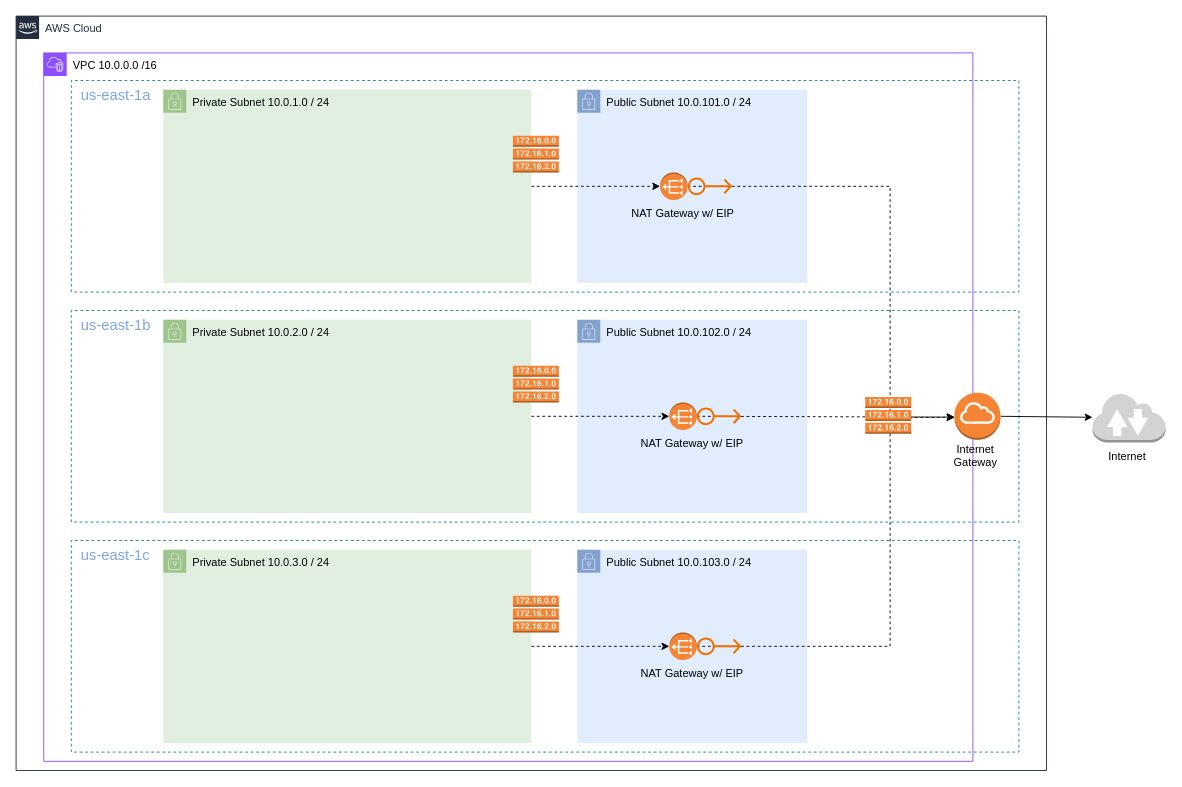
archegos-labs/platform keeps this draw.io diagram as vpc/docs/eks-ready-vpc.drawio. Above is the earlier version. Source tidied: cells renumbered, new cells numbered last; positions are measured from the earlier drawing's top-left corner, leaving out a move shared by most shapes. Both pictures are drawn from the tidied source at 92%, with x=0, y=0 at pixel (16, 16).
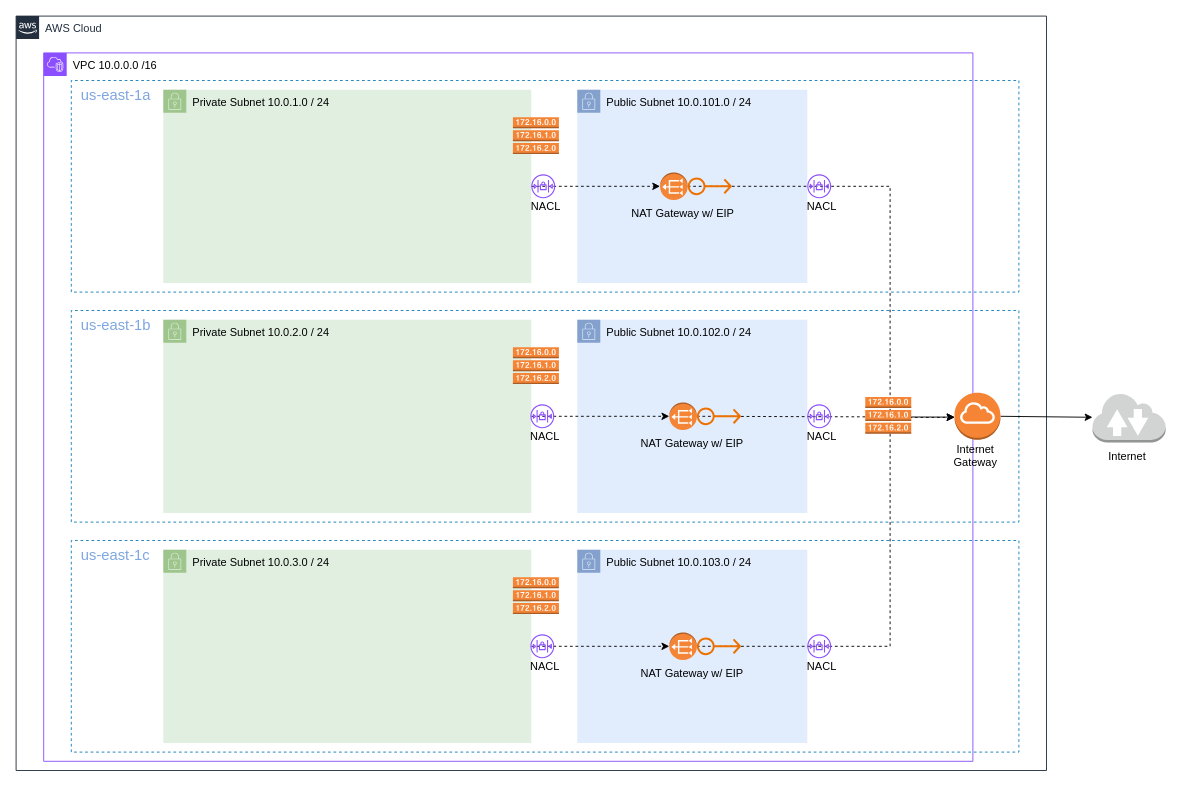
The same page after the edit.

The edit, as a diff of the source:
```diff
@@
     <mxCell id="15" style="dashed=0;verticalLabelPosition=bottom;verticalAlign=top;align=center;html=1;shape=mxgraph.aws3.route_table;fillColor=#F58536;gradientColor=none;" parent="1" vertex="1">
-      <mxGeometry x="540" y="130" width="50" height="40" as="geometry" />
+      <mxGeometry x="540" y="110" width="50" height="40" as="geometry" />
     </mxCell>
@@
     <mxCell id="18" style="dashed=0;verticalLabelPosition=bottom;verticalAlign=top;align=center;html=1;shape=mxgraph.aws3.route_table;fillColor=#F58536;gradientColor=none;" parent="1" vertex="1">
-      <mxGeometry x="540" y="380" width="50" height="40" as="geometry" />
+      <mxGeometry x="540" y="360" width="50" height="40" as="geometry" />
     </mxCell>
@@
     <mxCell id="22" style="dashed=0;verticalLabelPosition=bottom;verticalAlign=top;align=center;html=1;shape=mxgraph.aws3.route_table;fillColor=#F58536;gradientColor=none;" parent="1" vertex="1">
-      <mxGeometry x="540" y="630" width="50" height="40" as="geometry" />
+      <mxGeometry x="540" y="610" width="50" height="40" as="geometry" />
     </mxCell>
@@
+    <mxCell id="42" style="group;" parent="1" vertex="1">
+      <mxGeometry x="846" y="172" width="60" height="50" as="geometry" />
+    </mxCell>
+    <mxCell id="43" style="sketch=0;fontColor=#232F3E;gradientColor=none;fillColor=#8C4FFF;strokeColor=none;dashed=0;verticalLabelPosition=bottom;verticalAlign=top;align=center;html=1;fontSize=12;fontStyle=0;shape=mxgraph.aws4.network_access_control_list;" parent="42" vertex="1">
+      <mxGeometry x="14" width="26" height="26" as="geometry" />
+    </mxCell>
+    <mxCell id="44" value="NACL" style="text;html=1;align=center;verticalAlign=middle;whiteSpace=wrap;rounded=0;" parent="42" vertex="1">
+      <mxGeometry y="20" width="60" height="30" as="geometry" />
+    </mxCell>
+    <mxCell id="45" style="group;" parent="1" vertex="1">
+      <mxGeometry x="846" y="422" width="60" height="50" as="geometry" />
+    </mxCell>
+    <mxCell id="46" style="sketch=0;fontColor=#232F3E;gradientColor=none;fillColor=#8C4FFF;strokeColor=none;dashed=0;verticalLabelPosition=bottom;verticalAlign=top;align=center;html=1;fontSize=12;fontStyle=0;shape=mxgraph.aws4.network_access_control_list;" parent="45" vertex="1">
+      <mxGeometry x="14" width="26" height="26" as="geometry" />
+    </mxCell>
+    <mxCell id="47" value="NACL" style="text;html=1;align=center;verticalAlign=middle;whiteSpace=wrap;rounded=0;" parent="45" vertex="1">
+      <mxGeometry y="20" width="60" height="30" as="geometry" />
+    </mxCell>
+    <mxCell id="48" style="group;" parent="1" vertex="1">
+      <mxGeometry x="846" y="672" width="60" height="50" as="geometry" />
+    </mxCell>
+    <mxCell id="49" style="sketch=0;fontColor=#232F3E;gradientColor=none;fillColor=#8C4FFF;strokeColor=none;dashed=0;verticalLabelPosition=bottom;verticalAlign=top;align=center;html=1;fontSize=12;fontStyle=0;shape=mxgraph.aws4.network_access_control_list;" parent="48" vertex="1">
+      <mxGeometry x="14" width="26" height="26" as="geometry" />
+    </mxCell>
+    <mxCell id="50" value="NACL" style="text;html=1;align=center;verticalAlign=middle;whiteSpace=wrap;rounded=0;" parent="48" vertex="1">
+      <mxGeometry y="20" width="60" height="30" as="geometry" />
+    </mxCell>
+    <mxCell id="51" style="group;" parent="1" vertex="1">
+      <mxGeometry x="546" y="172" width="60" height="50" as="geometry" />
+    </mxCell>
+    <mxCell id="52" style="sketch=0;fontColor=#232F3E;gradientColor=none;fillColor=#8C4FFF;strokeColor=none;dashed=0;verticalLabelPosition=bottom;verticalAlign=top;align=center;html=1;fontSize=12;fontStyle=0;shape=mxgraph.aws4.network_access_control_list;" parent="51" vertex="1">
+      <mxGeometry x="14" width="26" height="26" as="geometry" />
+    </mxCell>
+    <mxCell id="53" value="NACL" style="text;html=1;align=center;verticalAlign=middle;whiteSpace=wrap;rounded=0;" parent="51" vertex="1">
+      <mxGeometry y="20" width="60" height="30" as="geometry" />
+    </mxCell>
+    <mxCell id="54" style="group;" parent="1" vertex="1">
+      <mxGeometry x="545" y="422" width="60" height="50" as="geometry" />
+    </mxCell>
+    <mxCell id="55" style="sketch=0;fontColor=#232F3E;gradientColor=none;fillColor=#8C4FFF;strokeColor=none;dashed=0;verticalLabelPosition=bottom;verticalAlign=top;align=center;html=1;fontSize=12;fontStyle=0;shape=mxgraph.aws4.network_access_control_list;" parent="54" vertex="1">
+      <mxGeometry x="14" width="26" height="26" as="geometry" />
+    </mxCell>
+    <mxCell id="56" value="NACL" style="text;html=1;align=center;verticalAlign=middle;whiteSpace=wrap;rounded=0;" parent="54" vertex="1">
+      <mxGeometry y="20" width="60" height="30" as="geometry" />
+    </mxCell>
+    <mxCell id="57" style="group;" parent="1" vertex="1">
+      <mxGeometry x="545" y="672" width="60" height="50" as="geometry" />
+    </mxCell>
+    <mxCell id="58" style="sketch=0;fontColor=#232F3E;gradientColor=none;fillColor=#8C4FFF;strokeColor=none;dashed=0;verticalLabelPosition=bottom;verticalAlign=top;align=center;html=1;fontSize=12;fontStyle=0;shape=mxgraph.aws4.network_access_control_list;" parent="57" vertex="1">
+      <mxGeometry x="14" width="26" height="26" as="geometry" />
+    </mxCell>
+    <mxCell id="59" value="NACL" style="text;html=1;align=center;verticalAlign=middle;whiteSpace=wrap;rounded=0;" parent="57" vertex="1">
+      <mxGeometry y="20" width="60" height="30" as="geometry" />
+    </mxCell>
```
